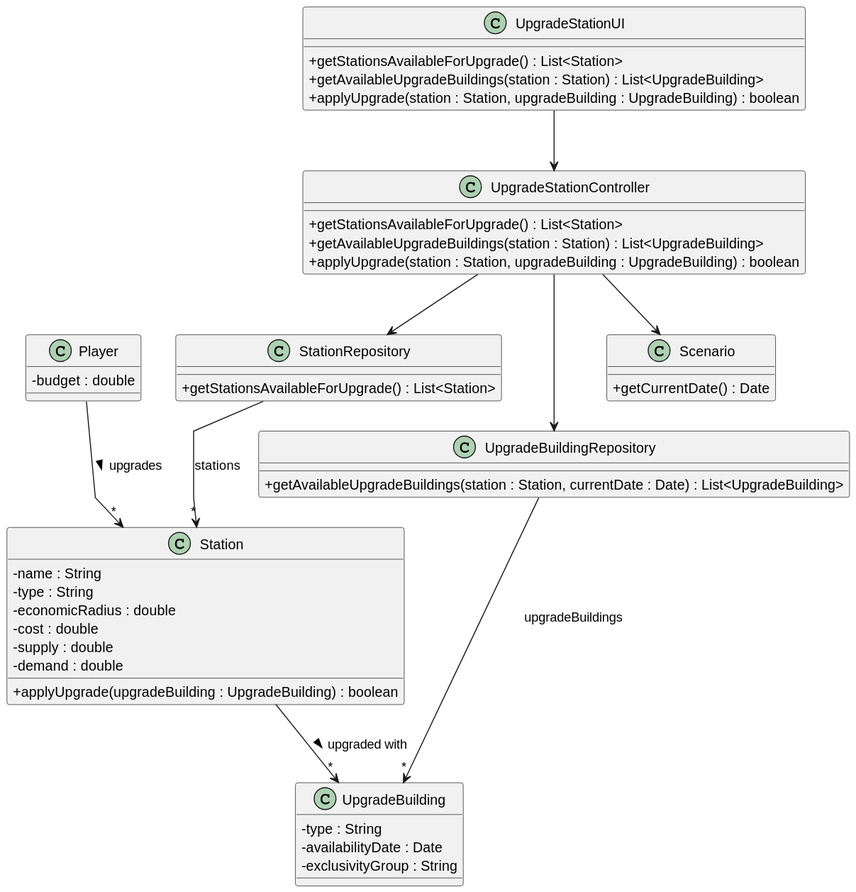
Educ00/mdisc-2425 keeps this PlantUML diagram as docs/system-documentation/sprint 2/US06/03.design/svg/US006-CD.svg. Above is the earlier version.
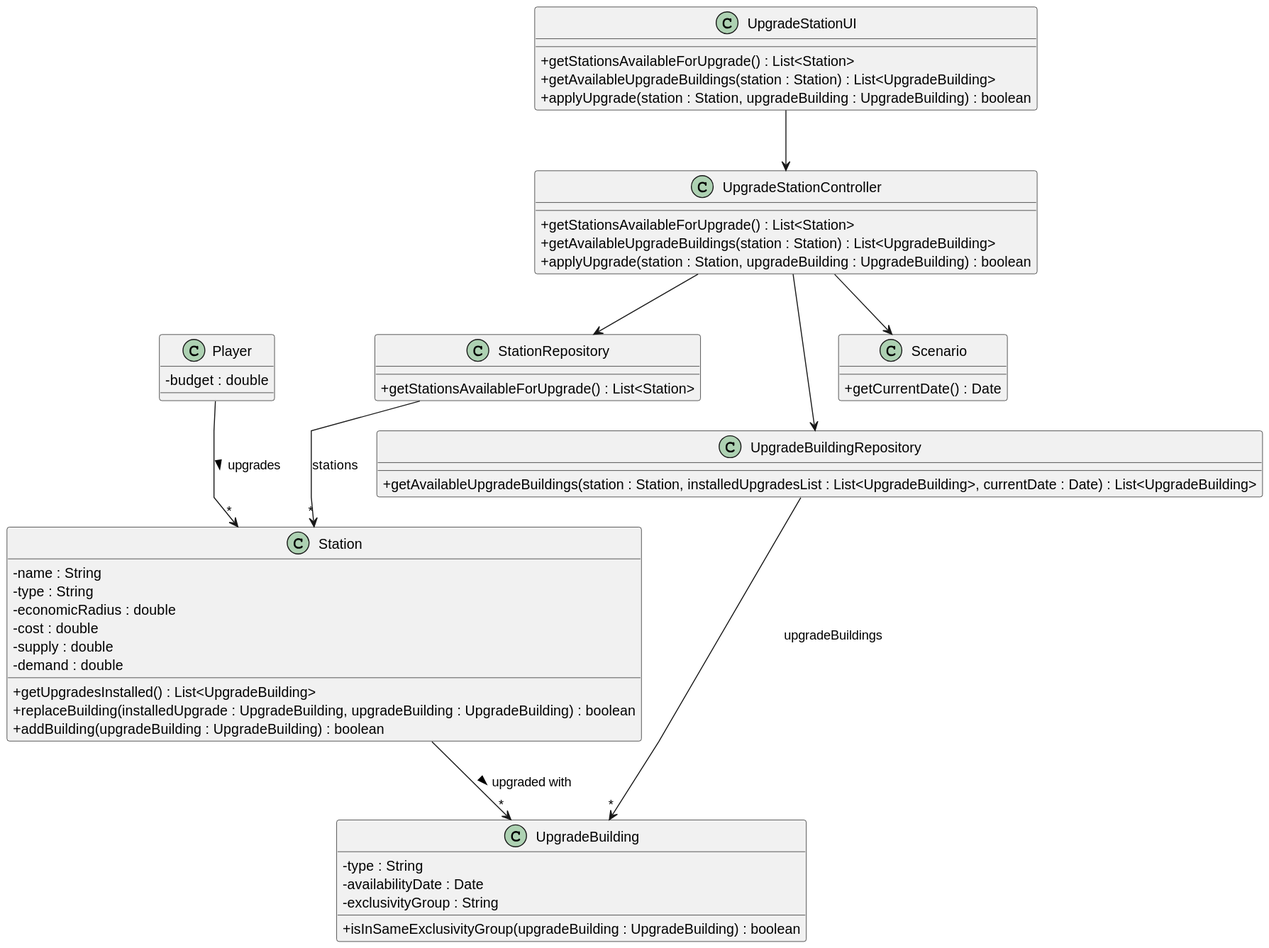
Later version of the same file.

Change to the diagram source:
```diff
@@ -25,7 +25,7 @@
 }
 
 class UpgradeBuildingRepository {
-    + getAvailableUpgradeBuildings(station : Station, currentDate : Date) : List<UpgradeBuilding>
+    + getAvailableUpgradeBuildings(station : Station, installedUpgradesList : List<UpgradeBuilding>, currentDate : Date) : List<UpgradeBuilding>
 }
 
 class Station {
@@ -35,13 +35,16 @@
     - cost : double
     - supply : double
     - demand : double
-    + applyUpgrade(upgradeBuilding : UpgradeBuilding) : boolean
+    + getUpgradesInstalled() : List<UpgradeBuilding>
+    + replaceBuilding(installedUpgrade : UpgradeBuilding, upgradeBuilding : UpgradeBuilding) : boolean
+    + addBuilding(upgradeBuilding : UpgradeBuilding) : boolean
 }
 
 class UpgradeBuilding {
     - type : String
     - availabilityDate : Date
     - exclusivityGroup : String
+    + isInSameExclusivityGroup(upgradeBuilding : UpgradeBuilding) : boolean
 }
 
 class Scenario {
```
